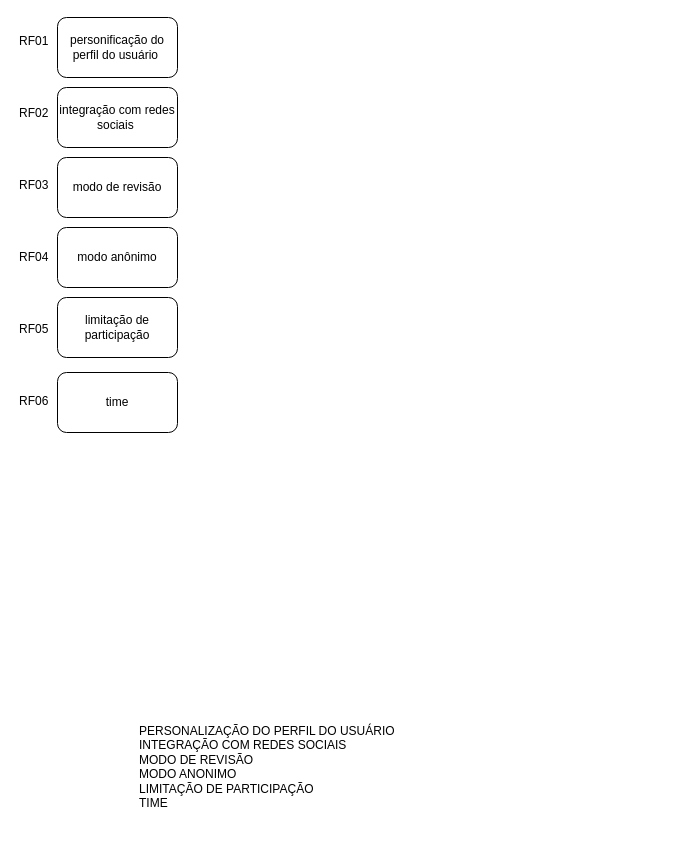
Earlier version of the draw.io diagram page "Página-8" (7 of 7) of diagramanovo.drawio (brenndabhhe/diagramasderequisitos-). Source tidied: cells renumbered, new cells numbered last; positions are measured from the earlier drawing's top-left corner, leaving out a move shared by most shapes. Both pictures are drawn from the tidied source at 100%, with x=0, y=0 at pixel (17, 17).
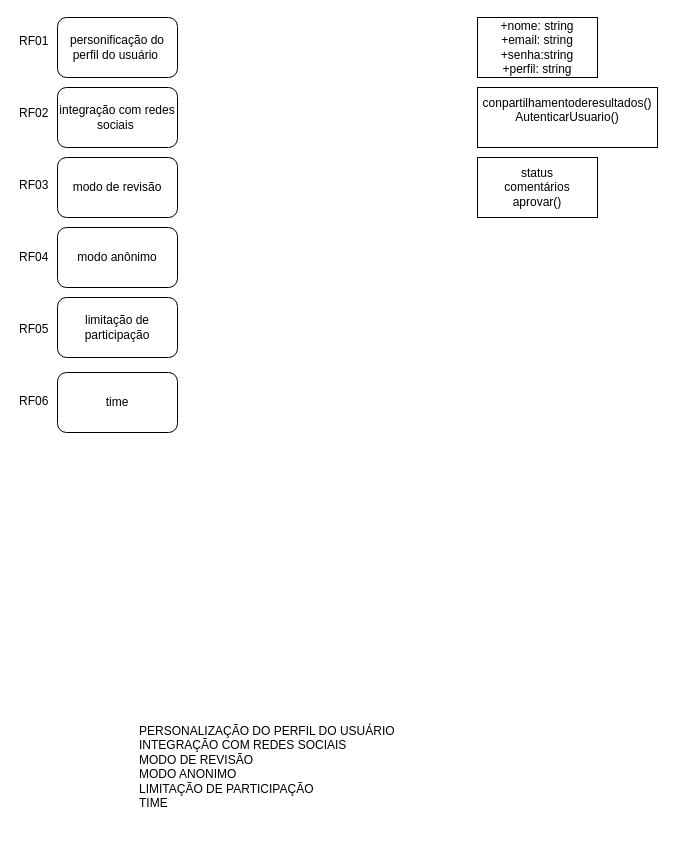
The same page after the edit.

Diff of the diagram source:
```diff
@@
 <mxGraphModel>
   <root>
     <mxCell id="0" />
     <mxCell id="1" parent="0" />
     <mxCell id="2" value="personificação do perfil do usuário&amp;nbsp;" style="rounded=1;whiteSpace=wrap;html=1;" parent="1" vertex="1">
       <mxGeometry x="40" width="120" height="60" as="geometry" />
     </mxCell>
     <mxCell id="3" value="PERSONALIZAÇÃO DO PERFIL DO USUÁRIO  &#10;INTEGRAÇÃO COM REDES SOCIAIS &#10;MODO DE REVISÃO &#10;MODO ANONIMO &#10;LIMITAÇÃO DE PARTICIPAÇÃO &#10;TIME" style="text;whiteSpace=wrap;html=1;" parent="1" vertex="1">
       <mxGeometry x="120" y="700" width="290" height="110" as="geometry" />
     </mxCell>
     <mxCell id="4" value="integração com redes sociais&amp;nbsp;" style="rounded=1;whiteSpace=wrap;html=1;" parent="1" vertex="1">
       <mxGeometry x="40" y="70" width="120" height="60" as="geometry" />
     </mxCell>
     <mxCell id="5" value="modo de revisão" style="rounded=1;whiteSpace=wrap;html=1;" parent="1" vertex="1">
       <mxGeometry x="40" y="140" width="120" height="60" as="geometry" />
     </mxCell>
     <mxCell id="6" value="modo anônimo" style="rounded=1;whiteSpace=wrap;html=1;" parent="1" vertex="1">
       <mxGeometry x="40" y="210" width="120" height="60" as="geometry" />
     </mxCell>
     <mxCell id="7" value="limitação de participação" style="rounded=1;whiteSpace=wrap;html=1;" parent="1" vertex="1">
       <mxGeometry x="40" y="280" width="120" height="60" as="geometry" />
     </mxCell>
     <mxCell id="8" value="time" style="rounded=1;whiteSpace=wrap;html=1;" parent="1" vertex="1">
       <mxGeometry x="40" y="355" width="120" height="60" as="geometry" />
     </mxCell>
     <mxCell id="9" value="RF01&lt;div&gt;&lt;br&gt;&lt;/div&gt;&lt;div&gt;&lt;span style=&quot;background-color: transparent; color: light-dark(rgb(0, 0, 0), rgb(255, 255, 255));&quot;&gt;&lt;br&gt;&lt;/span&gt;&lt;/div&gt;&lt;div&gt;&lt;span style=&quot;background-color: transparent; color: light-dark(rgb(0, 0, 0), rgb(255, 255, 255));&quot;&gt;&lt;br&gt;&lt;/span&gt;&lt;/div&gt;&lt;div&gt;&lt;span style=&quot;background-color: transparent; color: light-dark(rgb(0, 0, 0), rgb(255, 255, 255));&quot;&gt;&amp;nbsp;&lt;/span&gt;&lt;/div&gt;&lt;div&gt;RF02&lt;/div&gt;&lt;div&gt;&lt;br&gt;&lt;/div&gt;&lt;div&gt;&lt;br&gt;&lt;/div&gt;&lt;div&gt;&lt;br&gt;&lt;br&gt;RF03&lt;/div&gt;&lt;div&gt;&lt;br&gt;&lt;/div&gt;&lt;div&gt;&lt;br&gt;&lt;/div&gt;&lt;div&gt;&lt;br&gt;&lt;/div&gt;&lt;div&gt;&lt;br&gt;RF04&lt;/div&gt;&lt;div&gt;&lt;br&gt;&lt;/div&gt;&lt;div&gt;&lt;br&gt;&lt;/div&gt;&lt;div&gt;&lt;br&gt;&lt;br&gt;RF05&lt;/div&gt;&lt;div&gt;&lt;br&gt;&lt;/div&gt;&lt;div&gt;&lt;br&gt;&lt;/div&gt;&lt;div&gt;&lt;br&gt;&lt;br&gt;RF06&lt;/div&gt;" style="text;whiteSpace=wrap;html=1;" parent="1" vertex="1">
       <mxGeometry y="10" width="30" height="360" as="geometry" />
     </mxCell>
+    <mxCell id="10" value="+nome: string&lt;div&gt;+email: string&lt;/div&gt;&lt;div&gt;+senha:string&lt;/div&gt;&lt;div&gt;+perfil: string&lt;/div&gt;" style="rounded=0;whiteSpace=wrap;html=1;" parent="1" vertex="1">
+      <mxGeometry x="460" width="120" height="60" as="geometry" />
+    </mxCell>
+    <mxCell id="11" value="conpartilhamentoderesultados()&lt;div&gt;AutenticarUsuario()&lt;br&gt;&lt;div&gt;&lt;br&gt;&lt;/div&gt;&lt;/div&gt;" style="rounded=0;whiteSpace=wrap;html=1;" parent="1" vertex="1">
+      <mxGeometry x="460" y="70" width="180" height="60" as="geometry" />
+    </mxCell>
+    <mxCell id="12" value="status&lt;div&gt;comentários&lt;/div&gt;&lt;div&gt;aprovar()&lt;/div&gt;" style="rounded=0;whiteSpace=wrap;html=1;" parent="1" vertex="1">
+      <mxGeometry x="460" y="140" width="120" height="60" as="geometry" />
+    </mxCell>
   </root>
 </mxGraphModel>
```
